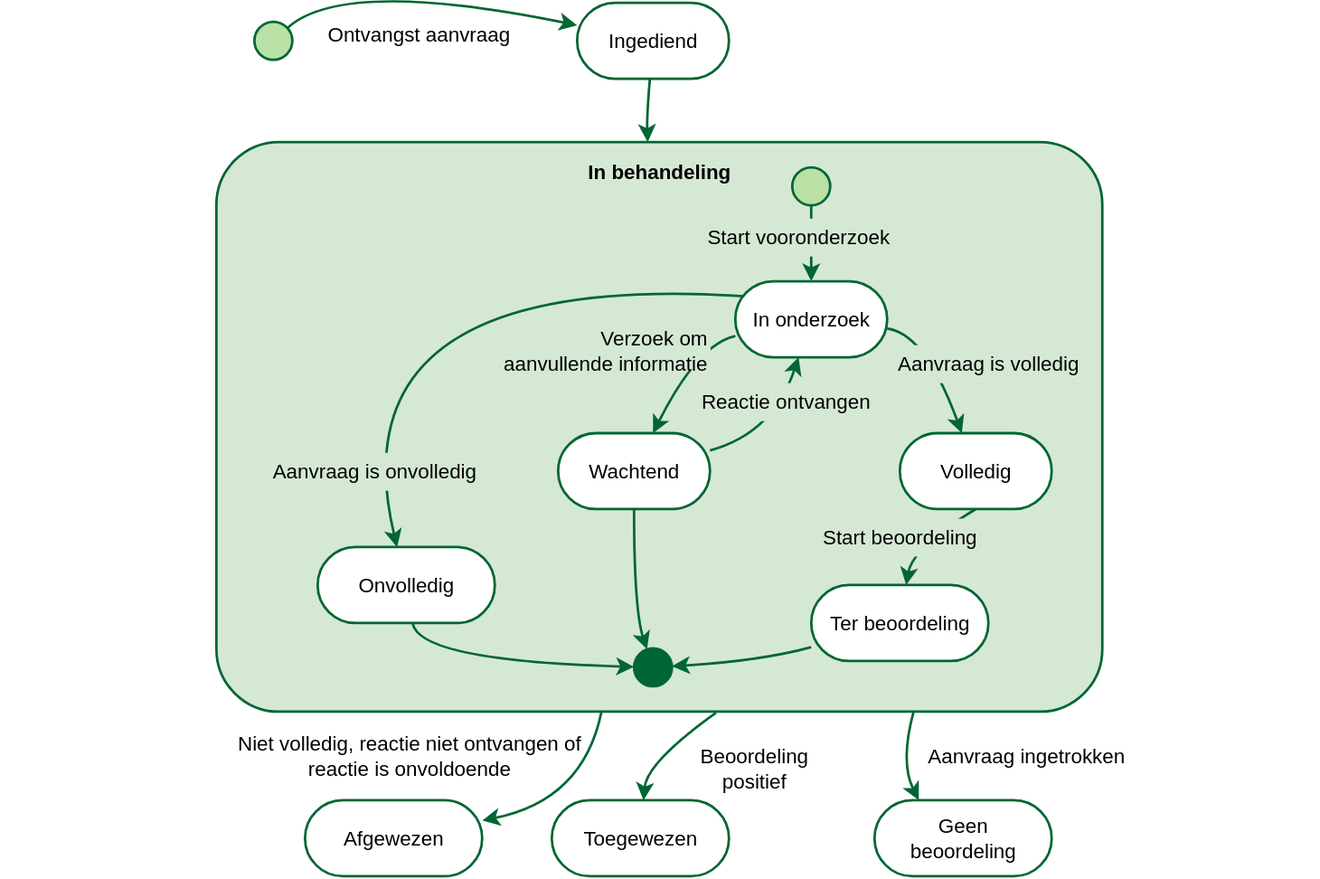
Above: docs/proces/uc-aanvragen-state.drawio.svg in Health-RI/data-station-specification (draw.io), before the change. Source tidied: cells renumbered, new cells last; positions are measured from the earlier drawing's top-left corner, leaving out a move shared by most shapes.
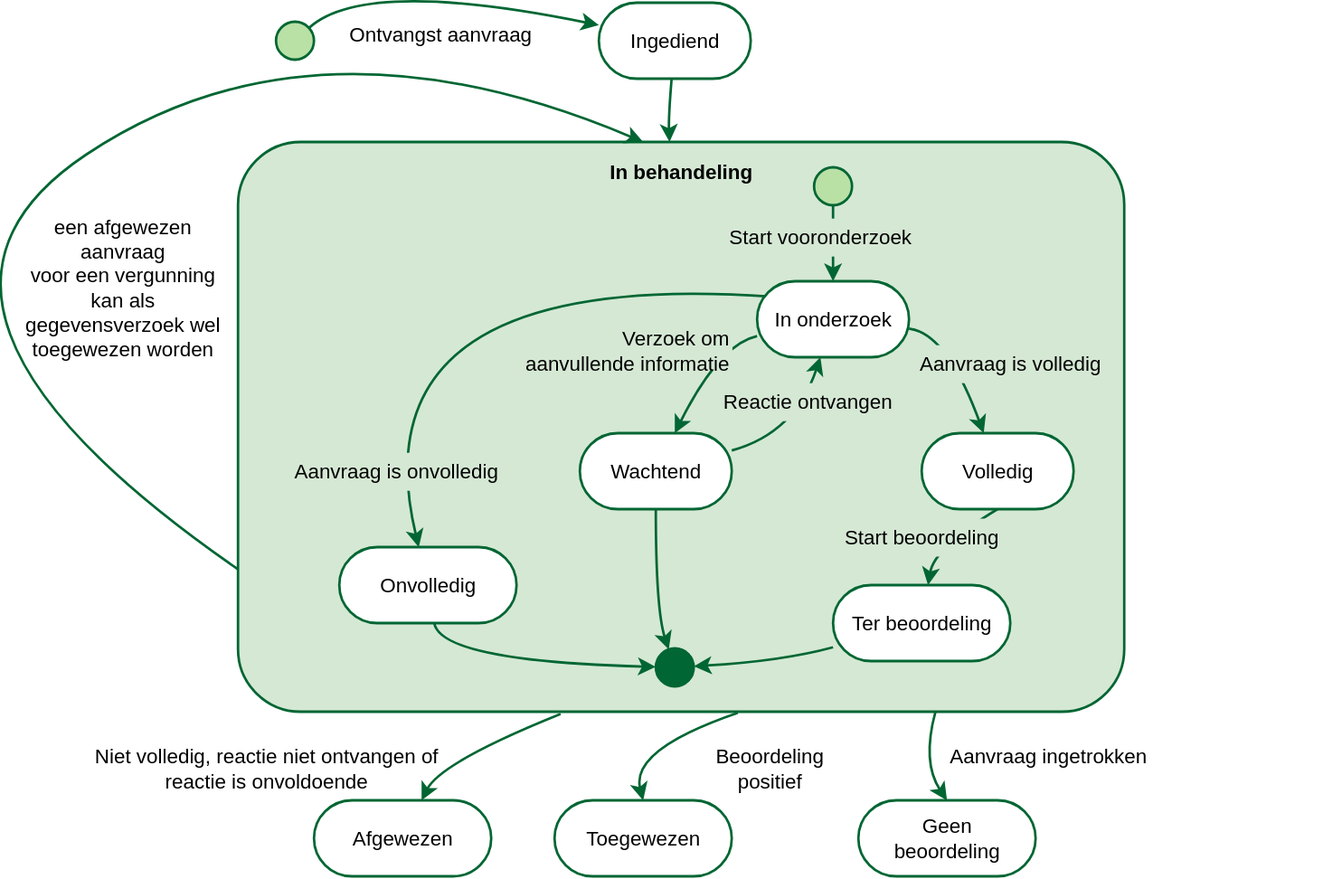
Later version of the same file.

Change to the diagram source:
```diff
@@ -133,30 +133,30 @@
       </mxGeometry>
     </mxCell>
     <mxCell id="30" value="Afgewezen" style="rounded=1;whiteSpace=wrap;html=1;fontSize=16;arcSize=50;strokeWidth=1.9685;spacingLeft=11.811;spacingRight=11.811;strokeColor=#006633;fontFamily=Arial;" parent="1" vertex="1">
-      <mxGeometry x="241" y="650" width="140" height="60" as="geometry" />
+      <mxGeometry x="231" y="650" width="140" height="60" as="geometry" />
     </mxCell>
     <mxCell id="31" value="Niet volledig, reactie niet ontvangen of reactie is onvoldoende" style="text;html=1;whiteSpace=wrap;strokeColor=none;fillColor=none;align=center;verticalAlign=middle;rounded=0;fontSize=16;" parent="1" vertex="1">
-      <mxGeometry x="171" y="590" width="305" height="50" as="geometry" />
+      <mxGeometry x="41" y="600" width="305" height="50" as="geometry" />
     </mxCell>
-    <mxCell id="32" style="endArrow=classic;html=1;rounded=0;fontSize=12;startSize=8;endSize=8;curved=1;strokeWidth=1.9685;strokeColor=#006633;" parent="1" edge="1" source="6" target="30">
+    <mxCell id="32" style="endArrow=classic;html=1;rounded=0;fontSize=12;startSize=8;endSize=8;curved=1;strokeWidth=1.9685;strokeColor=#006633;exitX=0.364;exitY=1.004;exitDx=0;exitDy=0;exitPerimeter=0;" parent="1" edge="1" source="6" target="30">
       <mxGeometry relative="1" as="geometry">
         <Array as="points">
-          <mxPoint x="461" y="650" />
+          <mxPoint x="331" y="620" />
         </Array>
       </mxGeometry>
     </mxCell>
     <mxCell id="33" value="Toegewezen" style="rounded=1;whiteSpace=wrap;html=1;fontSize=16;arcSize=50;strokeWidth=1.9685;spacingLeft=11.811;spacingRight=11.811;strokeColor=#006633;fontFamily=Arial;" parent="1" vertex="1">
-      <mxGeometry x="436" y="650" width="140" height="60" as="geometry" />
+      <mxGeometry x="421" y="650" width="140" height="60" as="geometry" />
     </mxCell>
-    <mxCell id="34" style="endArrow=classic;html=1;rounded=0;fontSize=12;startSize=8;endSize=8;curved=1;strokeWidth=1.9685;strokeColor=#006633;exitX=0.564;exitY=1.002;exitDx=0;exitDy=0;exitPerimeter=0;" parent="1" edge="1" source="6" target="33">
+    <mxCell id="34" style="endArrow=classic;html=1;rounded=0;fontSize=12;startSize=8;endSize=8;curved=1;strokeWidth=1.9685;strokeColor=#006633;exitX=0.564;exitY=1.002;exitDx=0;exitDy=0;exitPerimeter=0;entryX=0.5;entryY=0;entryDx=0;entryDy=0;" parent="1" edge="1" source="6" target="33">
       <mxGeometry relative="1" as="geometry">
         <Array as="points">
-          <mxPoint x="511" y="620" />
+          <mxPoint x="481" y="610" />
         </Array>
       </mxGeometry>
     </mxCell>
     <mxCell id="35" value="Beoordeling&lt;br&gt;positief" style="text;html=1;whiteSpace=wrap;strokeColor=none;fillColor=none;align=center;verticalAlign=middle;rounded=0;fontSize=16;" parent="1" vertex="1">
-      <mxGeometry x="516" y="610" width="160" height="30" as="geometry" />
+      <mxGeometry x="511" y="610" width="160" height="30" as="geometry" />
     </mxCell>
     <mxCell id="36" style="rounded=0;whiteSpace=wrap;html=1;fillColor=none;strokeColor=none;" parent="1" vertex="1">
       <mxGeometry x="-0.4" y="427" width="1042.8" height="60" as="geometry" />
@@ -165,14 +165,26 @@
       <mxGeometry x="731" y="600" width="160" height="30" as="geometry" />
     </mxCell>
     <mxCell id="38" value="Geen beoordeling" style="rounded=1;whiteSpace=wrap;html=1;fontSize=16;arcSize=50;strokeWidth=1.9685;spacingLeft=11.811;spacingRight=11.811;strokeColor=#006633;fontFamily=Arial;" parent="1" vertex="1">
-      <mxGeometry x="691" y="650" width="140" height="60" as="geometry" />
+      <mxGeometry x="661" y="650" width="140" height="60" as="geometry" />
     </mxCell>
-    <mxCell id="39" style="endArrow=classic;html=1;rounded=0;fontSize=12;startSize=8;endSize=8;curved=1;strokeWidth=1.9685;strokeColor=#006633;exitX=0.787;exitY=1;exitDx=0;exitDy=0;exitPerimeter=0;entryX=0.25;entryY=0;entryDx=0;entryDy=0;" parent="1" edge="1" source="6" target="38">
+    <mxCell id="39" style="endArrow=classic;html=1;rounded=0;fontSize=12;startSize=8;endSize=8;curved=1;strokeWidth=1.9685;strokeColor=#006633;exitX=0.787;exitY=1;exitDx=0;exitDy=0;exitPerimeter=0;entryX=0.5;entryY=0;entryDx=0;entryDy=0;" parent="1" edge="1" source="6" target="38">
       <mxGeometry relative="1" as="geometry">
         <Array as="points">
           <mxPoint x="711" y="620" />
         </Array>
       </mxGeometry>
     </mxCell>
+    <mxCell id="40" style="endArrow=classic;html=1;rounded=0;fontSize=12;startSize=8;endSize=8;curved=1;strokeWidth=1.9685;strokeColor=#006633;exitX=0;exitY=0.75;exitDx=0;exitDy=0;" parent="1" edge="1" source="6">
+      <mxGeometry relative="1" as="geometry">
+        <mxPoint x="491" y="130" as="targetPoint" />
+        <Array as="points">
+          <mxPoint x="-129" y="260" />
+          <mxPoint x="231" y="20" />
+        </Array>
+      </mxGeometry>
+    </mxCell>
+    <mxCell id="41" value="een afgewezen aanvraag&lt;br&gt;voor een vergunning kan als gegevensverzoek wel toegewezen worden" style="text;html=1;whiteSpace=wrap;strokeColor=none;fillColor=none;align=center;verticalAlign=middle;rounded=0;fontSize=16;" parent="1" vertex="1">
+      <mxGeometry x="-0.4" y="180" width="160" height="130" as="geometry" />
+    </mxCell>
   </root>
 </mxGraphModel>
```
